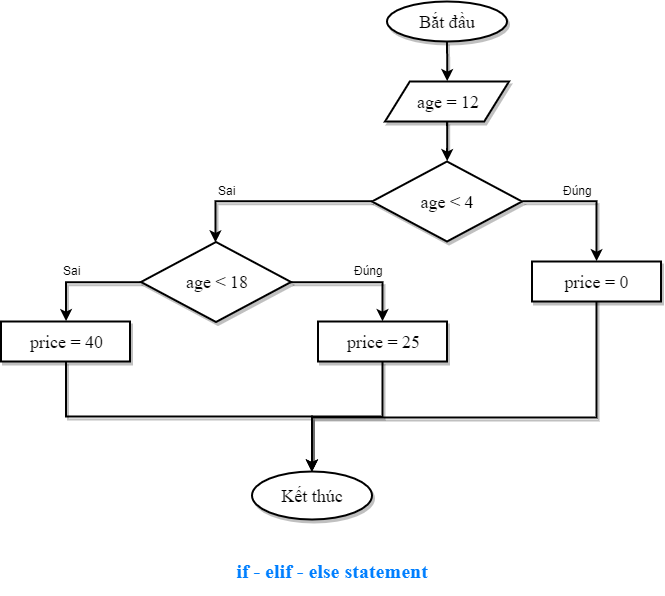
Above: images/chapter05/if-elif-else.png in tiendv/pythoncoban (draw.io), before the change. Source tidied: cells renumbered, new cells last; positions are measured from the earlier drawing's top-left corner, leaving out a move shared by most shapes.
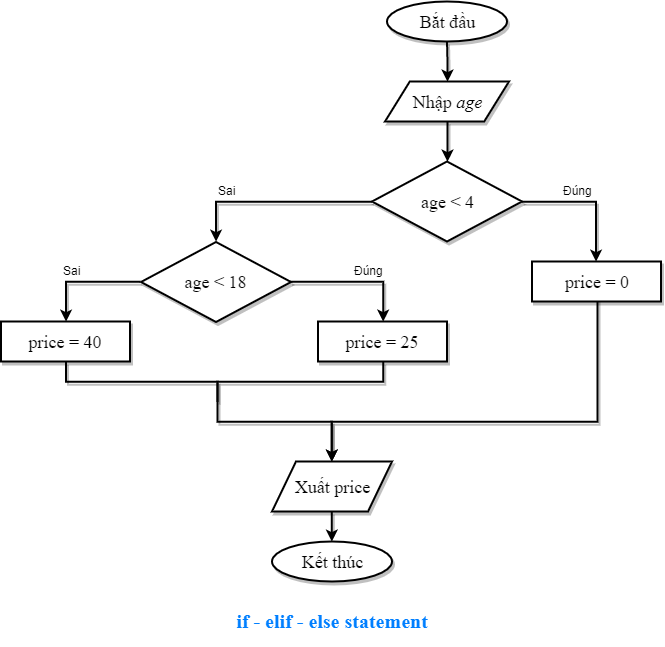
After the commit.

Change to the diagram source:
```diff
@@ -11,7 +11,7 @@
     <mxCell id="4" style="edgeStyle=orthogonalEdgeStyle;rounded=0;jettySize=auto;html=1;entryX=0.5;entryY=0;entryDx=0;entryDy=0;fontSize=18;fontFamily=Times New Roman;strokeWidth=2;shadow=1;" parent="1" edge="1" source="5" target="8">
       <mxGeometry relative="1" as="geometry" />
     </mxCell>
-    <mxCell id="5" value="age = 12" style="shape=parallelogram;perimeter=parallelogramPerimeter;whiteSpace=wrap;html=1;fontSize=18;fontFamily=Times New Roman;strokeWidth=2;shadow=1;" parent="1" vertex="1">
+    <mxCell id="5" value="Nhập &lt;i&gt;age&lt;/i&gt;" style="shape=parallelogram;perimeter=parallelogramPerimeter;whiteSpace=wrap;html=1;fontSize=18;fontFamily=Times New Roman;strokeWidth=2;shadow=1;" parent="1" vertex="1">
       <mxGeometry x="383.5" y="80" width="124" height="40" as="geometry" />
     </mxCell>
     <mxCell id="6" style="edgeStyle=orthogonalEdgeStyle;rounded=0;jettySize=auto;html=1;exitX=1;exitY=0.5;exitDx=0;exitDy=0;entryX=0.5;entryY=0;entryDx=0;entryDy=0;shadow=1;endArrow=classic;endFill=1;strokeWidth=2;" parent="1" edge="1" source="8" target="17">
@@ -23,11 +23,8 @@
     <mxCell id="8" value="age &amp;lt; 4" style="rhombus;whiteSpace=wrap;html=1;fontFamily=Times New Roman;fontSize=18;strokeWidth=2;shadow=1;" parent="1" vertex="1">
       <mxGeometry x="370.5" y="160" width="150" height="80" as="geometry" />
     </mxCell>
-    <mxCell id="9" value="Kết thúc" style="ellipse;whiteSpace=wrap;html=1;fontFamily=Times New Roman;fontSize=18;strokeWidth=2;shadow=1;" parent="1" vertex="1">
-      <mxGeometry x="250.5" y="470" width="120" height="48" as="geometry" />
-    </mxCell>
     <mxCell id="10" value="&lt;h1&gt;&lt;span style=&quot;font-size: 20px&quot;&gt;if - elif - else statement&lt;/span&gt;&lt;/h1&gt;" style="text;html=1;strokeColor=none;fillColor=none;spacing=5;spacingTop=-20;whiteSpace=wrap;overflow=hidden;rounded=0;fontFamily=Times New Roman;fontSize=18;align=center;fontColor=#007FFF;strokeWidth=2;shadow=1;" parent="1" vertex="1">
-      <mxGeometry x="198" y="530" width="265" height="60" as="geometry" />
+      <mxGeometry x="198" y="580" width="265" height="60" as="geometry" />
     </mxCell>
     <mxCell id="11" value="Sai" style="text;html=1;align=left;verticalAlign=top;spacingTop=-4;shadow=1;strokeWidth=2;" parent="1" vertex="1">
       <mxGeometry x="214.5" y="180" width="30" height="20" as="geometry" />
@@ -44,26 +41,37 @@
     <mxCell id="15" value="age &amp;lt; 18" style="rhombus;whiteSpace=wrap;html=1;fontFamily=Times New Roman;fontSize=18;strokeWidth=2;shadow=1;" parent="1" vertex="1">
       <mxGeometry x="139.5" y="240.5" width="150" height="80" as="geometry" />
     </mxCell>
-    <mxCell id="16" style="edgeStyle=orthogonalEdgeStyle;rounded=0;jettySize=auto;html=1;exitX=0.5;exitY=1;exitDx=0;exitDy=0;entryX=0.5;entryY=0;entryDx=0;entryDy=0;strokeWidth=2;shadow=1;" parent="1" edge="1" target="9">
+    <mxCell id="16" style="edgeStyle=orthogonalEdgeStyle;rounded=0;jettySize=auto;html=1;exitX=0.5;exitY=1;exitDx=0;exitDy=0;strokeWidth=2;shadow=1;entryX=0.5;entryY=0;entryDx=0;entryDy=0;" parent="1" edge="1" target="25">
       <mxGeometry relative="1" as="geometry">
-        <mxPoint x="595.5" y="292" as="sourcePoint" />
+        <mxPoint x="595.5" y="287" as="sourcePoint" />
         <Array as="points">
-          <mxPoint x="595.5" y="416" />
-          <mxPoint x="310.5" y="416" />
+          <mxPoint x="596" y="410" />
+          <mxPoint x="596" y="420" />
+          <mxPoint x="330" y="420" />
+          <mxPoint x="330" y="480" />
         </Array>
       </mxGeometry>
     </mxCell>
     <mxCell id="17" value="&lt;font face=&quot;Times New Roman&quot; style=&quot;font-size: 18px&quot;&gt;price = 0&lt;/font&gt;" style="rounded=0;whiteSpace=wrap;html=1;absoluteArcSize=1;arcSize=14;strokeWidth=2;shadow=1;" parent="1" vertex="1">
       <mxGeometry x="530.5" y="260" width="129" height="40" as="geometry" />
     </mxCell>
-    <mxCell id="18" style="edgeStyle=orthogonalEdgeStyle;rounded=0;jettySize=auto;html=1;exitX=0.5;exitY=1;exitDx=0;exitDy=0;entryX=0.5;entryY=0;entryDx=0;entryDy=0;strokeWidth=2;shadow=1;" parent="1" edge="1" source="19" target="9">
-      <mxGeometry relative="1" as="geometry" />
+    <mxCell id="18" style="edgeStyle=orthogonalEdgeStyle;rounded=0;jettySize=auto;html=1;exitX=0.5;exitY=1;exitDx=0;exitDy=0;strokeWidth=2;shadow=1;endArrow=none;endFill=0;" parent="1" edge="1" source="19">
+      <mxGeometry relative="1" as="geometry">
+        <mxPoint x="216" y="400" as="targetPoint" />
+      </mxGeometry>
     </mxCell>
     <mxCell id="19" value="&lt;font face=&quot;Times New Roman&quot; style=&quot;font-size: 18px&quot;&gt;price = 25&lt;/font&gt;" style="rounded=0;whiteSpace=wrap;html=1;absoluteArcSize=1;arcSize=14;strokeWidth=2;shadow=1;" parent="1" vertex="1">
       <mxGeometry x="316.5" y="320" width="129" height="40" as="geometry" />
     </mxCell>
-    <mxCell id="20" style="edgeStyle=orthogonalEdgeStyle;rounded=0;jettySize=auto;html=1;exitX=0.5;exitY=1;exitDx=0;exitDy=0;strokeWidth=2;shadow=1;" parent="1" edge="1" source="21" target="9">
-      <mxGeometry relative="1" as="geometry" />
+    <mxCell id="20" style="edgeStyle=orthogonalEdgeStyle;rounded=0;jettySize=auto;html=1;exitX=0.5;exitY=1;exitDx=0;exitDy=0;strokeWidth=2;shadow=1;entryX=0.5;entryY=0;entryDx=0;entryDy=0;" parent="1" edge="1" source="21" target="25">
+      <mxGeometry relative="1" as="geometry">
+        <Array as="points">
+          <mxPoint x="65" y="380" />
+          <mxPoint x="216" y="380" />
+          <mxPoint x="216" y="420" />
+          <mxPoint x="330" y="420" />
+        </Array>
+      </mxGeometry>
     </mxCell>
     <mxCell id="21" value="&lt;font face=&quot;Times New Roman&quot; style=&quot;font-size: 18px&quot;&gt;price = 40&lt;/font&gt;" style="rounded=0;whiteSpace=wrap;html=1;absoluteArcSize=1;arcSize=14;strokeWidth=2;shadow=1;" parent="1" vertex="1">
       <mxGeometry x="-0.5" y="320" width="129" height="40" as="geometry" />
@@ -74,5 +82,14 @@
     <mxCell id="23" value="Sai" style="text;html=1;align=left;verticalAlign=top;spacingTop=-4;shadow=1;strokeWidth=2;" parent="1" vertex="1">
       <mxGeometry x="59.5" y="260" width="30" height="20" as="geometry" />
     </mxCell>
+    <mxCell id="9" value="Kết thúc" style="ellipse;whiteSpace=wrap;html=1;fontSize=18;fontFamily=Times New Roman;strokeWidth=2;shadow=1;" parent="1" vertex="1">
+      <mxGeometry x="270.5" y="540" width="120" height="40" as="geometry" />
+    </mxCell>
+    <mxCell id="24" style="edgeStyle=orthogonalEdgeStyle;rounded=0;jettySize=auto;html=1;entryX=0.5;entryY=0;entryDx=0;entryDy=0;strokeWidth=2;shadow=1;exitX=0.5;exitY=1;exitDx=0;exitDy=0;" parent="1" edge="1" source="25" target="9">
+      <mxGeometry relative="1" as="geometry" />
+    </mxCell>
+    <mxCell id="25" value="&lt;font style=&quot;font-size: 18px&quot; face=&quot;Times New Roman&quot;&gt;Xuất price&lt;/font&gt;" style="shape=parallelogram;perimeter=parallelogramPerimeter;whiteSpace=wrap;html=1;shadow=1;strokeWidth=2;" parent="1" vertex="1">
+      <mxGeometry x="270.5" y="460" width="120" height="50" as="geometry" />
+    </mxCell>
   </root>
 </mxGraphModel>
```
